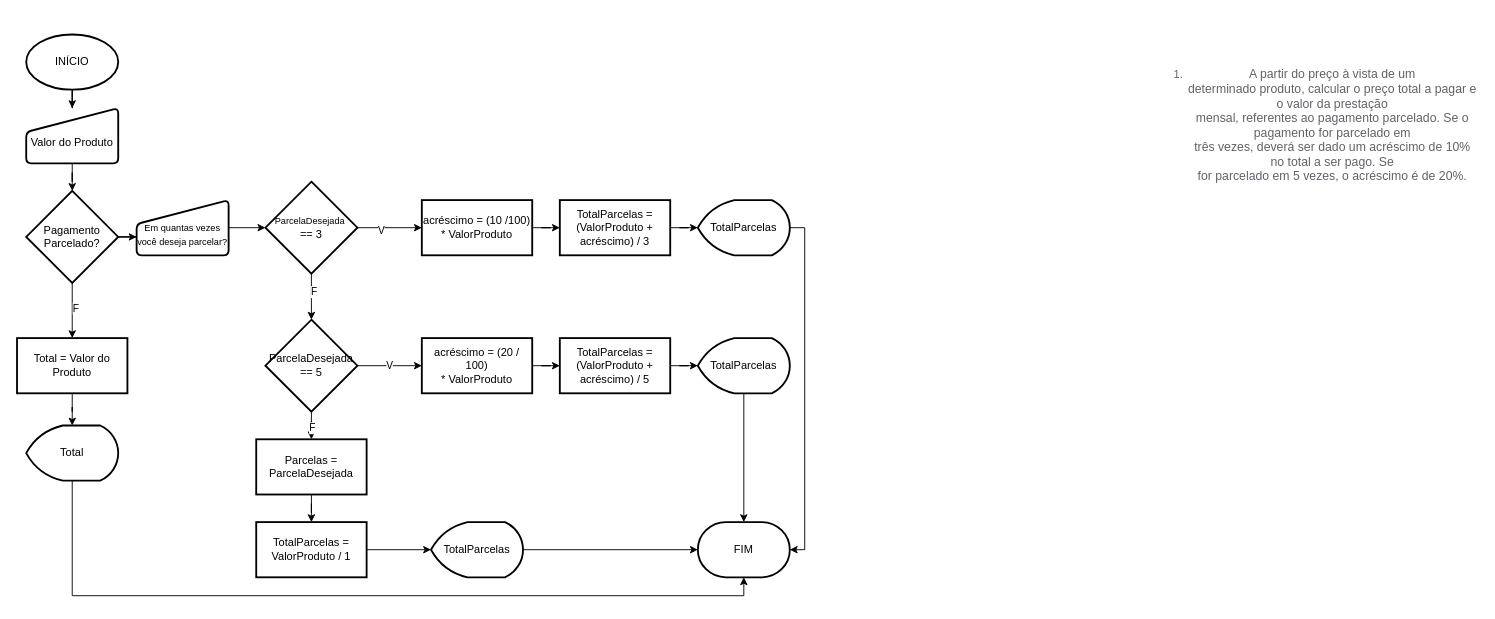
Henrique-nte/SENAI_ISSUES keeps this draw.io diagram as page "4" (9 of 9) of prova.drawio. Above is the earlier version. Source tidied: cells renumbered, new cells numbered last; positions are measured from the earlier drawing's top-left corner, leaving out a move shared by most shapes. Both pictures are drawn from the tidied source at 92%, with x=0, y=0 at pixel (17, 34).
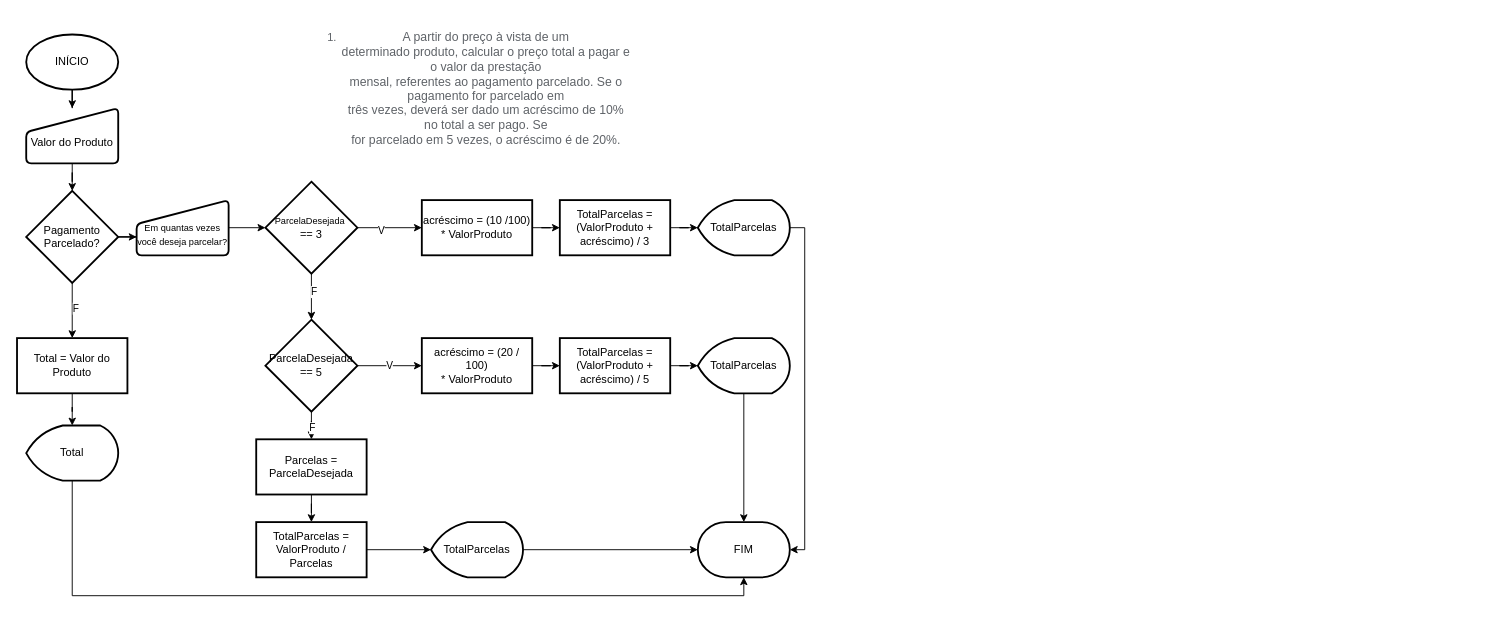
The same diagram, later.

What changed in the source:
```diff
@@
     <mxCell id="2" value="&lt;ol type=&quot;1&quot; start=&quot;1&quot; style=&quot;margin-top:0cm&quot;&gt;&lt;li style=&quot;color:#5F6368;margin-bottom:0cm;margin-bottom:.0001pt;&lt;br/&gt;     line-height:normal;mso-list:l0 level1 lfo1&quot; class=&quot;MsoNormal&quot;&gt;&lt;span style=&quot;font-size:10.0pt;&lt;br/&gt;     font-family:Roboto;mso-fareast-font-family:Roboto;mso-bidi-font-family:&lt;br/&gt;     Roboto;background:white;mso-highlight:white&quot;&gt;A partir do preço à vista de um&lt;br&gt;     determinado produto, calcular o preço total a pagar e o valor da prestação&lt;br&gt;     mensal, referentes ao pagamento parcelado. Se o pagamento for parcelado em&lt;br&gt;     três vezes, deverá ser dado um acréscimo de 10% no total a ser pago. Se&lt;br&gt;     for parcelado em 5 vezes, o acréscimo é de 20%.&lt;/span&gt;&lt;/li&gt;&lt;/ol&gt;" style="text;strokeColor=none;align=center;fillColor=none;html=1;verticalAlign=middle;whiteSpace=wrap;rounded=0;" parent="1" vertex="1">
-      <mxGeometry x="1230" y="20" width="360" height="170" as="geometry" />
+      <mxGeometry x="310" y="-20" width="360" height="170" as="geometry" />
     </mxCell>
@@
-    <mxCell id="38" value="TotalParcelas = ValorProduto / 1" style="whiteSpace=wrap;html=1;strokeWidth=2;" parent="1" vertex="1">
+    <mxCell id="38" value="TotalParcelas = ValorProduto / Parcelas" style="whiteSpace=wrap;html=1;strokeWidth=2;" parent="1" vertex="1">
       <mxGeometry x="260" y="530" width="120" height="60" as="geometry" />
     </mxCell>
```
